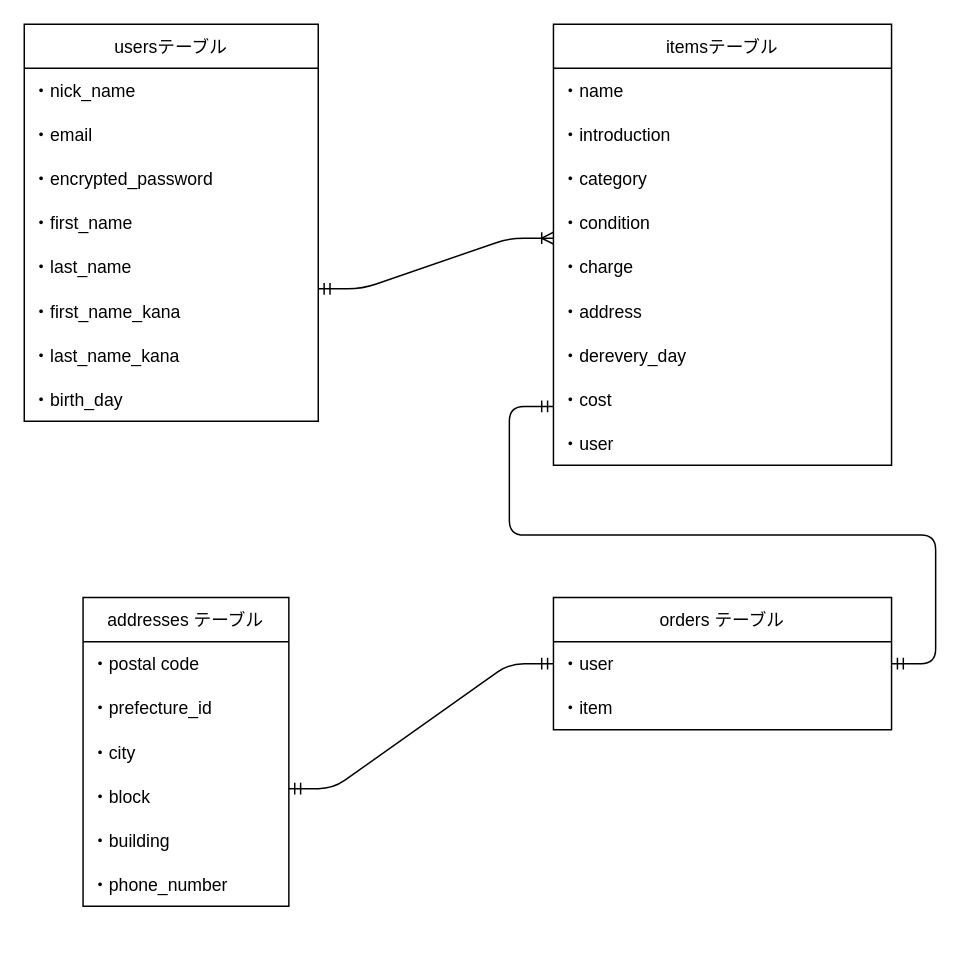
This is test.dio from pecyanko/furima-38816, a draw.io file, before an edit. Source tidied: cells renumbered, new cells numbered last; positions are measured from the earlier drawing's top-left corner, leaving out a move shared by most shapes. Both pictures are drawn from the tidied source at 147%, with x=0, y=0 at pixel (24, 24).
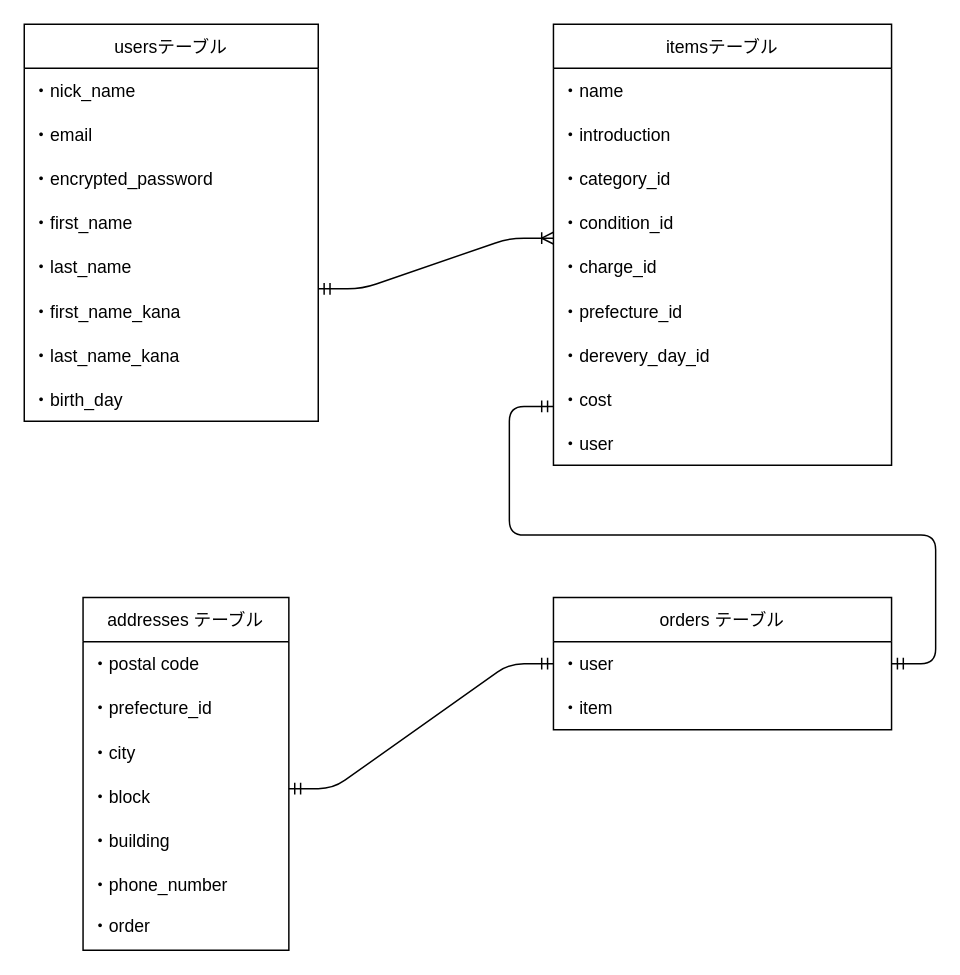
Above is the later version.

The change refers to these unchanged cells:
```xml
<mxCell id="18" value="itemsテーブル" style="swimlane;fontStyle=0;horizontal=1;startSize=30;" parent="1" vertex="1">
  <mxGeometry x="360" width="230" height="300" as="geometry" />
</mxCell>
```

Diff of the diagram source:
```diff
@@
     <mxCell id="11" value="addresses テーブル" style="swimlane;fontStyle=0;horizontal=1;startSize=30;" parent="1" vertex="1">
-      <mxGeometry x="40" y="390" width="140" height="210" as="geometry" />
+      <mxGeometry x="40" y="390" width="140" height="240" as="geometry" />
     </mxCell>
@@
+    <mxCell id="34" value="・order" style="text;strokeColor=none;fillColor=none;spacingLeft=4;spacingRight=4;overflow=hidden;fontSize=12;" parent="11" vertex="1">
+      <mxGeometry y="210" width="140" height="30" as="geometry" />
+    </mxCell>
@@
-    <mxCell id="21" value="・category" style="text;strokeColor=none;fillColor=none;align=left;verticalAlign=middle;spacingLeft=4;spacingRight=4;overflow=hidden;" parent="18" vertex="1">
+    <mxCell id="21" value="・category_id" style="text;strokeColor=none;fillColor=none;align=left;verticalAlign=middle;spacingLeft=4;spacingRight=4;overflow=hidden;" parent="18" vertex="1">
       <mxGeometry y="90" width="230" height="30" as="geometry" />
     </mxCell>
-    <mxCell id="22" value="・condition" style="text;strokeColor=none;fillColor=none;align=left;verticalAlign=middle;spacingLeft=4;spacingRight=4;overflow=hidden;points=[[0,0.5],[1,0.5]];portConstraint=eastwest;" parent="18" vertex="1">
+    <mxCell id="22" value="・condition_id" style="text;strokeColor=none;fillColor=none;align=left;verticalAlign=middle;spacingLeft=4;spacingRight=4;overflow=hidden;points=[[0,0.5],[1,0.5]];portConstraint=eastwest;" parent="18" vertex="1">
       <mxGeometry y="120" width="230" height="30" as="geometry" />
     </mxCell>
-    <mxCell id="23" value="・charge" style="text;strokeColor=none;fillColor=none;align=left;verticalAlign=middle;spacingLeft=4;spacingRight=4;overflow=hidden;" parent="18" vertex="1">
+    <mxCell id="23" value="・charge_id" style="text;strokeColor=none;fillColor=none;align=left;verticalAlign=middle;spacingLeft=4;spacingRight=4;overflow=hidden;" parent="18" vertex="1">
       <mxGeometry y="150" width="230" height="30" as="geometry" />
     </mxCell>
-    <mxCell id="24" value="・address" style="text;strokeColor=none;fillColor=none;align=left;verticalAlign=middle;spacingLeft=4;spacingRight=4;overflow=hidden;" parent="18" vertex="1">
+    <mxCell id="24" value="・prefecture_id" style="text;strokeColor=none;fillColor=none;align=left;verticalAlign=middle;spacingLeft=4;spacingRight=4;overflow=hidden;" parent="18" vertex="1">
       <mxGeometry y="180" width="230" height="30" as="geometry" />
     </mxCell>
-    <mxCell id="25" value="・derevery_day" style="text;strokeColor=none;fillColor=none;align=left;verticalAlign=middle;spacingLeft=4;spacingRight=4;overflow=hidden;" parent="18" vertex="1">
+    <mxCell id="25" value="・derevery_day_id" style="text;strokeColor=none;fillColor=none;align=left;verticalAlign=middle;spacingLeft=4;spacingRight=4;overflow=hidden;" parent="18" vertex="1">
       <mxGeometry y="210" width="230" height="30" as="geometry" />
     </mxCell>
```
